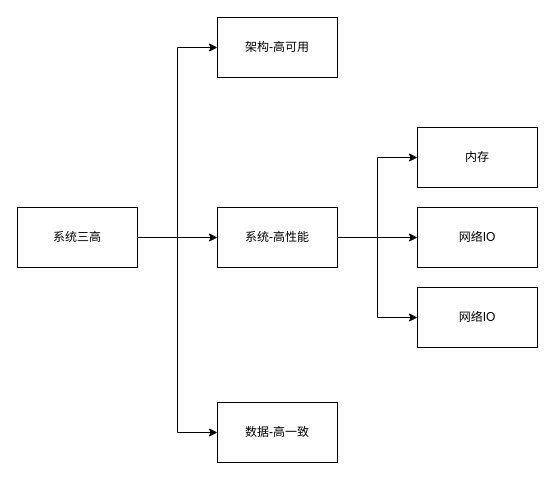
The draw.io diagram images/draw/000.SchemaProperties.drawio in wt1814/wt1814.github.io, before the edit. Source tidied: cells renumbered, new cells numbered last; positions are measured from the earlier drawing's top-left corner, leaving out a move shared by most shapes. Both pictures are drawn from the tidied source at 100%, with x=0, y=0 at pixel (17, 17).
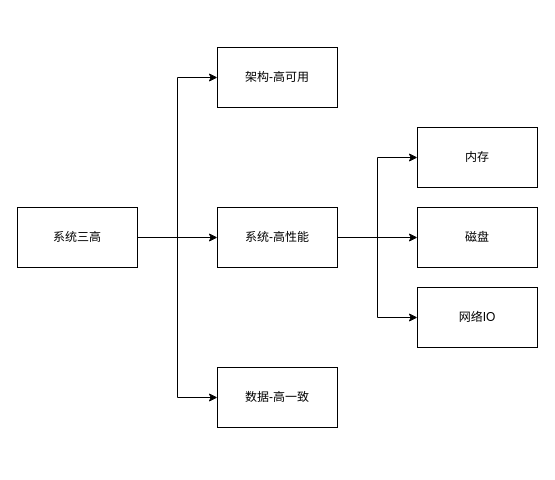
The same page after the edit.

The edit, as a diff of the source:
```diff
@@
 <mxGraphModel>
   <root>
     <mxCell id="0" />
     <mxCell id="1" parent="0" />
     <mxCell id="2" style="edgeStyle=orthogonalEdgeStyle;rounded=0;jettySize=auto;html=1;entryX=0;entryY=0.5;entryDx=0;entryDy=0;" parent="1" edge="1" source="5" target="6">
       <mxGeometry relative="1" as="geometry" />
     </mxCell>
     <mxCell id="3" style="edgeStyle=orthogonalEdgeStyle;rounded=0;jettySize=auto;html=1;entryX=0;entryY=0.5;entryDx=0;entryDy=0;" parent="1" edge="1" source="5" target="11">
       <mxGeometry relative="1" as="geometry" />
     </mxCell>
     <mxCell id="4" style="edgeStyle=orthogonalEdgeStyle;rounded=0;jettySize=auto;html=1;entryX=0;entryY=0.5;entryDx=0;entryDy=0;" parent="1" edge="1" source="5" target="7">
       <mxGeometry relative="1" as="geometry" />
     </mxCell>
     <mxCell id="5" value="系统三高" style="rounded=0;whiteSpace=wrap;html=1;" parent="1" vertex="1">
       <mxGeometry y="190" width="120" height="60" as="geometry" />
     </mxCell>
     <mxCell id="6" value="架构-高可用" style="rounded=0;whiteSpace=wrap;html=1;" parent="1" vertex="1">
-      <mxGeometry x="200" width="120" height="60" as="geometry" />
+      <mxGeometry x="200" y="30" width="120" height="60" as="geometry" />
     </mxCell>
     <mxCell id="7" value="数据-高一致" style="rounded=0;whiteSpace=wrap;html=1;" parent="1" vertex="1">
-      <mxGeometry x="200" y="385" width="120" height="60" as="geometry" />
+      <mxGeometry x="200" y="350" width="120" height="60" as="geometry" />
     </mxCell>
     <mxCell id="8" style="edgeStyle=orthogonalEdgeStyle;rounded=0;jettySize=auto;html=1;entryX=0;entryY=0.5;entryDx=0;entryDy=0;" parent="1" edge="1" source="11" target="12">
       <mxGeometry relative="1" as="geometry" />
     </mxCell>
     <mxCell id="9" style="edgeStyle=orthogonalEdgeStyle;rounded=0;jettySize=auto;html=1;entryX=0;entryY=0.5;entryDx=0;entryDy=0;" parent="1" edge="1" source="11" target="13">
       <mxGeometry relative="1" as="geometry" />
     </mxCell>
     <mxCell id="10" style="edgeStyle=orthogonalEdgeStyle;rounded=0;jettySize=auto;html=1;entryX=0;entryY=0.5;entryDx=0;entryDy=0;" parent="1" edge="1" source="11" target="14">
       <mxGeometry relative="1" as="geometry" />
     </mxCell>
     <mxCell id="11" value="系统-高性能" style="rounded=0;whiteSpace=wrap;html=1;" parent="1" vertex="1">
       <mxGeometry x="200" y="190" width="120" height="60" as="geometry" />
     </mxCell>
-    <mxCell id="12" value="网络IO" style="rounded=0;whiteSpace=wrap;html=1;" parent="1" vertex="1">
+    <mxCell id="12" value="磁盘" style="rounded=0;whiteSpace=wrap;html=1;" parent="1" vertex="1">
       <mxGeometry x="400" y="190" width="120" height="60" as="geometry" />
     </mxCell>
     <mxCell id="13" value="网络IO" style="rounded=0;whiteSpace=wrap;html=1;" parent="1" vertex="1">
       <mxGeometry x="400" y="270" width="120" height="60" as="geometry" />
     </mxCell>
     <mxCell id="14" value="内存" style="rounded=0;whiteSpace=wrap;html=1;" parent="1" vertex="1">
       <mxGeometry x="400" y="110" width="120" height="60" as="geometry" />
     </mxCell>
   </root>
 </mxGraphModel>
```
